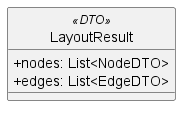
Before: src/PB/DocumentazioneEsterna/Specifica_Tecnica/content/05-diagrammi-classi/uml/png/frontend/LayoutResult.png, a diagram exported from PlantUML (GroupRubberDuck/Documentazione). Source of this version:
```plantuml
@startuml LayoutResult
skinparam classAttributeIconSize 0
skinparam style strictuml

class LayoutResult << (D,#FF7700) DTO >> {
  + nodes: List<NodeDTO>
  + edges: List<EdgeDTO>
}

@enduml
```
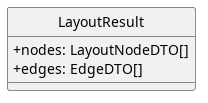
The same diagram one commit later.

Change to the diagram source:
```diff
@@ -1,10 +1,15 @@
-@startuml LayoutResult
+@startuml
+skinparam linetype ortho
+skinparam nodesep 80
+skinparam ranksep 100
 skinparam classAttributeIconSize 0
+skinparam packageStyle rectangle
 skinparam style strictuml
 
-class LayoutResult << (D,#FF7700) DTO >> {
-  + nodes: List<NodeDTO>
-  + edges: List<EdgeDTO>
+class LayoutResult{
+    + nodes: LayoutNodeDTO[]
+    + edges: EdgeDTO[]
 }
 
+
 @enduml
```
